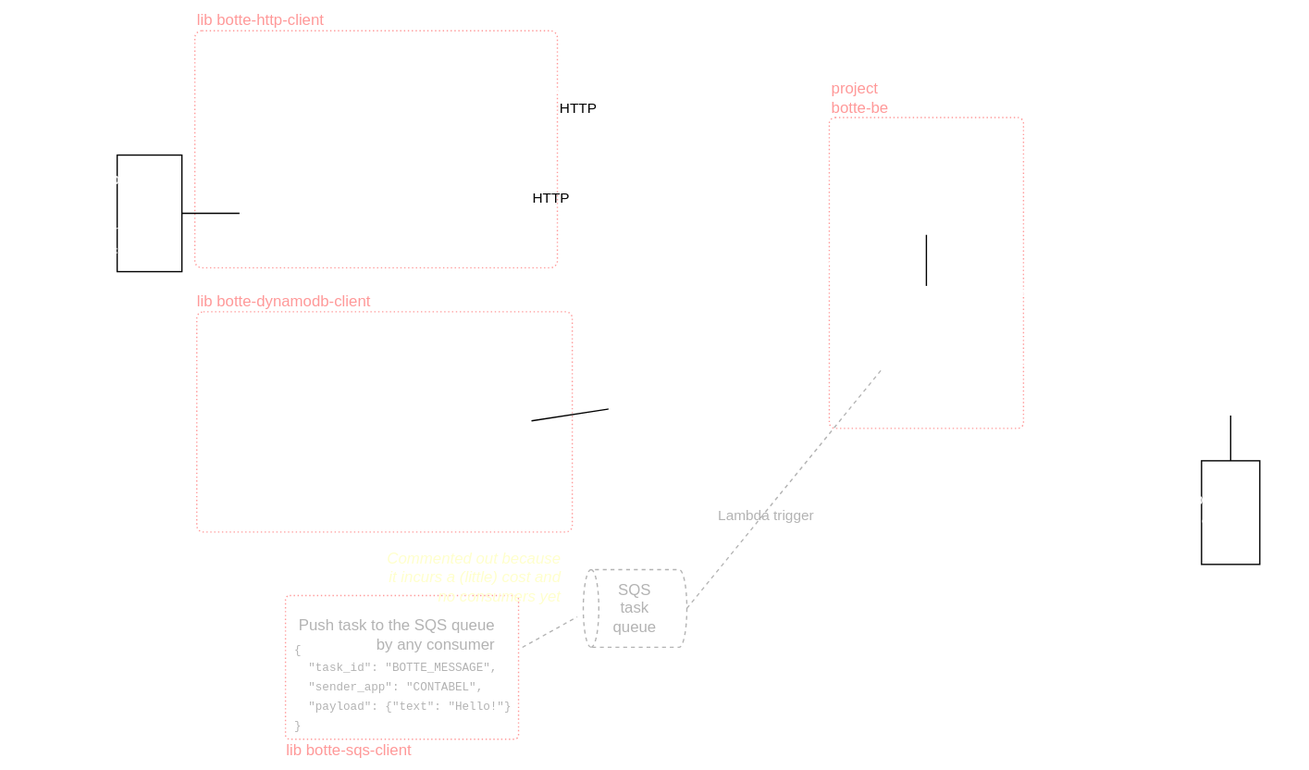
Earlier version of the draw.io export docs/img/architecture-draw.io.svg (puntonim/botte-monorepo). Source tidied: cells renumbered, new cells last; positions are measured from the earlier drawing's top-left corner, leaving out a move shared by most shapes.
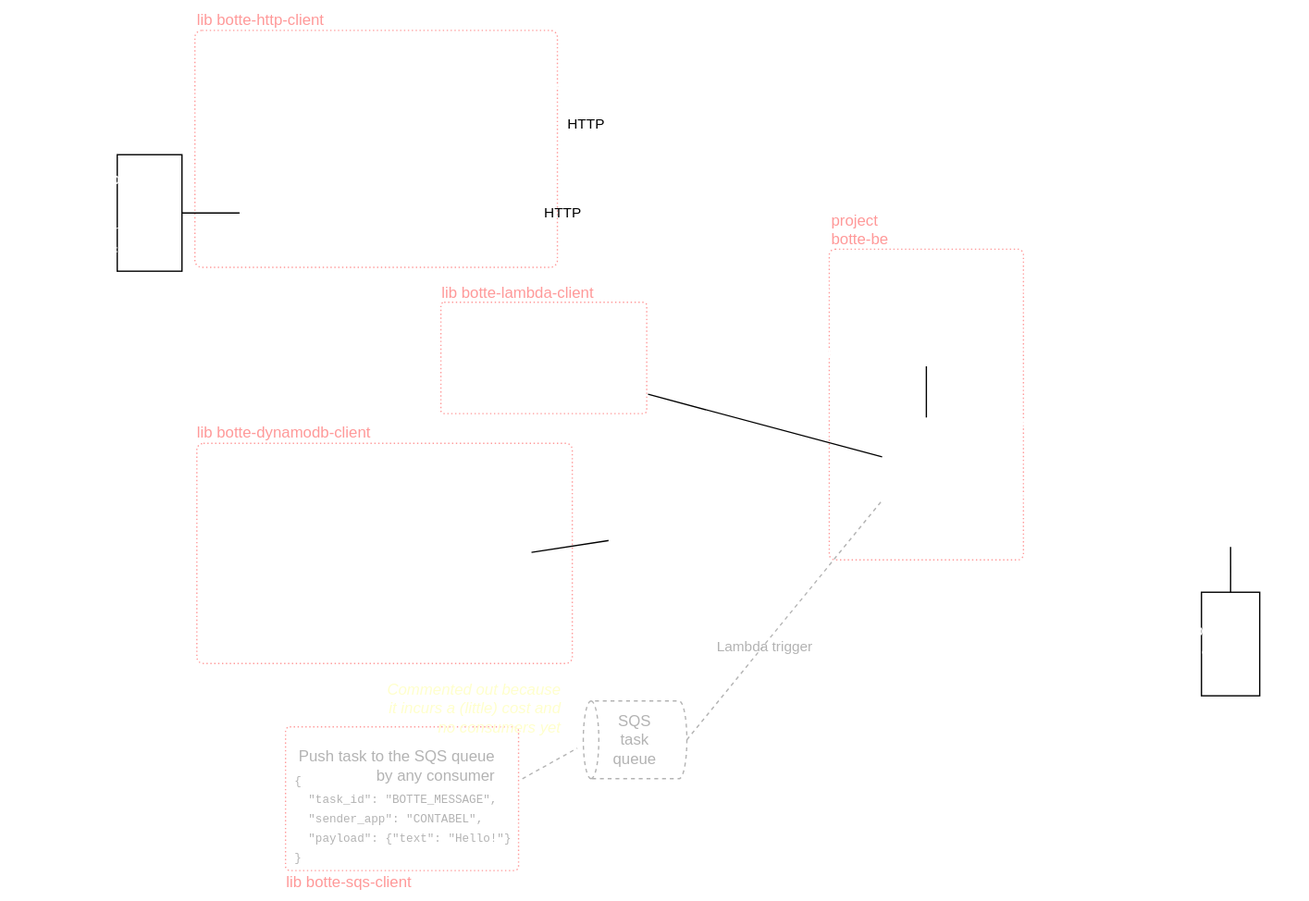
Later version of the same file.

Commit message:
feat(botte-be): view for direct lambda invocation

What changed in the source:
```diff
@@ -6,7 +6,7 @@
       <mxGeometry x="220" y="459" width="180" height="111" as="geometry" />
     </mxCell>
     <mxCell id="3" value="&lt;div style=&quot;text-align: left;&quot;&gt;&lt;div style=&quot;font-size: 9px;&quot;&gt;&lt;br&gt;&lt;/div&gt;&lt;/div&gt;" style="text;html=1;strokeColor=#FF9999;fillColor=none;align=center;verticalAlign=middle;whiteSpace=wrap;rounded=1;fontColor=#FFFFFF;labelBackgroundColor=none;dashed=1;strokeWidth=1;arcSize=3;dashPattern=1 2;" parent="1" vertex="1">
-      <mxGeometry x="150" y="23" width="280" height="183" as="geometry" />
+      <mxGeometry x="150" y="-79" width="280" height="183" as="geometry" />
     </mxCell>
     <mxCell id="4" style="text;html=1;strokeColor=#FF9999;fillColor=none;align=center;verticalAlign=middle;whiteSpace=wrap;rounded=1;fontColor=#FFFFFF;labelBackgroundColor=none;dashed=1;arcSize=3;dashPattern=1 2;" parent="1" vertex="1">
       <mxGeometry x="640" y="90" width="150" height="240" as="geometry" />
@@ -26,7 +26,7 @@
       </mxGeometry>
     </mxCell>
     <mxCell id="9" value="API Gateway" style="rounded=1;whiteSpace=wrap;html=1;fontColor=#FFFFFF;labelBackgroundColor=none;fillColor=none;strokeColor=#FFFFFF;" parent="1" vertex="1">
-      <mxGeometry x="450" y="94.5" width="100" height="90" as="geometry" />
+      <mxGeometry x="470" y="6" width="100" height="90" as="geometry" />
     </mxCell>
     <mxCell id="10" style="rounded=1;whiteSpace=wrap;html=1;fontColor=#FFFFFF;labelBackgroundColor=none;strokeColor=#FFFFFF;fillColor=none;" parent="1" vertex="1">
       <mxGeometry x="680" y="220" width="70" height="70" as="geometry" />
@@ -90,19 +90,19 @@
     <mxCell id="29" value="&lt;font color=&quot;#b3b3b3&quot;&gt;Lambda trigger&lt;/font&gt;" style="edgeLabel;html=1;align=center;verticalAlign=middle;fontColor=#FFFFFF;labelBackgroundColor=none;" parent="28" vertex="1">
       <mxGeometry x="-0.21" y="-1" relative="1" as="geometry" />
     </mxCell>
-    <mxCell id="30" style="rounded=0;jettySize=auto;html=1;endArrow=classic;endFill=1;entryX=0.003;entryY=0.17;entryDx=0;entryDy=0;entryPerimeter=0;fontColor=#FFFFFF;labelBackgroundColor=none;strokeColor=#FFFFFF;exitX=0.976;exitY=0.979;exitDx=0;exitDy=0;exitPerimeter=0;" parent="1" edge="1" source="32" target="9">
+    <mxCell id="30" style="rounded=0;jettySize=auto;html=1;endArrow=none;endFill=0;entryX=0.003;entryY=0.17;entryDx=0;entryDy=0;entryPerimeter=0;fontColor=#FFFFFF;labelBackgroundColor=none;strokeColor=#FFFFFF;exitX=0.976;exitY=0.979;exitDx=0;exitDy=0;exitPerimeter=0;" parent="1" edge="1" source="32" target="9">
       <mxGeometry relative="1" as="geometry" />
     </mxCell>
     <mxCell id="31" value="HTTP" style="edgeLabel;html=1;align=center;verticalAlign=middle;labelBackgroundColor=none;" parent="30" vertex="1">
       <mxGeometry x="-0.28" y="1" relative="1" as="geometry">
-        <mxPoint x="11" y="6" as="offset" />
+        <mxPoint x="10" y="13" as="offset" />
       </mxGeometry>
     </mxCell>
     <mxCell id="32" value="HTTP POST /message by any consumer&lt;br&gt;w/ HTTP header &lt;font face=&quot;Courier New&quot; style=&quot;font-size: 11px;&quot;&gt;Authorization&lt;/font&gt;" style="text;html=1;strokeColor=none;fillColor=none;align=right;verticalAlign=middle;whiteSpace=wrap;rounded=0;fontColor=#FFFFFF;labelBackgroundColor=none;" parent="1" vertex="1">
-      <mxGeometry x="210" y="30" width="220" height="30" as="geometry" />
+      <mxGeometry x="210" y="-72" width="220" height="30" as="geometry" />
     </mxCell>
     <mxCell id="33" value="&lt;font style=&quot;color: rgb(255, 255, 255);&quot;&gt;HTTP POST /webhook by Telegram servers after a user comm&lt;font style=&quot;color: rgb(255, 255, 255);&quot;&gt;and,&lt;br&gt;&lt;span style=&quot;background-color: transparent;&quot;&gt;w/ HTTP header&lt;/span&gt;&lt;/font&gt;&lt;/font&gt;&lt;div&gt;&lt;font style=&quot;font-size: 11px; color: rgb(255, 255, 255);&quot;&gt;&lt;font face=&quot;Courier New&quot;&gt;X-Telegram-Bot-Api-Secret-Token&lt;/font&gt;&amp;nbsp;&lt;/font&gt;&lt;/div&gt;" style="text;html=1;strokeColor=none;fillColor=none;align=right;verticalAlign=middle;whiteSpace=wrap;rounded=0;fontColor=#FFFFFF;labelBackgroundColor=none;" parent="1" vertex="1">
-      <mxGeometry x="184.5" y="139.5" width="211" height="49" as="geometry" />
+      <mxGeometry x="184.5" y="37.5" width="211" height="49" as="geometry" />
     </mxCell>
     <mxCell id="34" style="rounded=0;jettySize=auto;html=1;entryX=0.392;entryY=-0.058;entryDx=0;entryDy=0;entryPerimeter=0;fontColor=#FFFFFF;labelBackgroundColor=none;strokeColor=#B3B3B3;dashed=1;exitX=0.938;exitY=0.001;exitDx=0;exitDy=0;exitPerimeter=0;endArrow=none;endFill=0;" parent="1" edge="1" source="49" target="18">
       <mxGeometry relative="1" as="geometry" />
@@ -114,7 +114,7 @@
       <mxGeometry x="-0.06" relative="1" as="geometry" />
     </mxCell>
     <mxCell id="37" value="Botte monorepo" style="text;html=1;strokeColor=none;fillColor=none;align=center;verticalAlign=middle;whiteSpace=wrap;rounded=0;fontStyle=1;fontSize=20;fontColor=#FFFFFF;labelBackgroundColor=none;" parent="1" vertex="1">
-      <mxGeometry x="480" y="10" width="260" height="30" as="geometry" />
+      <mxGeometry x="499" y="-60" width="260" height="30" as="geometry" />
     </mxCell>
     <mxCell id="38" style="rounded=0;jettySize=auto;html=1;exitX=0;exitY=0.5;exitDx=0;exitDy=0;exitPerimeter=0;endArrow=none;endFill=0;" parent="1" edge="1" source="39" target="61">
       <mxGeometry relative="1" as="geometry" />
@@ -125,12 +125,12 @@
     <mxCell id="40" value="Commented out because&lt;br&gt;it incurs a (little) cost and no consumers yet" style="text;html=1;strokeColor=none;fillColor=none;align=right;verticalAlign=middle;whiteSpace=wrap;rounded=0;fontColor=#FFFFCC;labelBackgroundColor=none;fontStyle=2;gradientColor=none;gradientDirection=radial;glass=0;" parent="1" vertex="1">
       <mxGeometry x="285" y="425" width="150" height="40" as="geometry" />
     </mxCell>
-    <mxCell id="41" style="rounded=0;jettySize=auto;html=1;endArrow=classic;endFill=1;entryX=0;entryY=0.5;entryDx=0;entryDy=0;fontColor=#FFFFFF;labelBackgroundColor=none;strokeColor=#FFFFFF;" parent="1" edge="1" source="33" target="9">
+    <mxCell id="41" style="rounded=0;jettySize=auto;html=1;endArrow=none;endFill=0;entryX=0;entryY=0.5;entryDx=0;entryDy=0;fontColor=#FFFFFF;labelBackgroundColor=none;strokeColor=#FFFFFF;" parent="1" edge="1" source="33" target="9">
       <mxGeometry relative="1" as="geometry" />
     </mxCell>
     <mxCell id="42" value="HTTP" style="edgeLabel;html=1;align=center;verticalAlign=middle;labelBackgroundColor=none;" parent="41" vertex="1">
       <mxGeometry x="-0.24" y="-2" relative="1" as="geometry">
-        <mxPoint x="8" y="5" as="offset" />
+        <mxPoint x="10" y="6" as="offset" />
       </mxGeometry>
     </mxCell>
     <mxCell id="43" style="edgeStyle=orthogonalEdgeStyle;rounded=0;jettySize=auto;html=1;exitX=1;exitY=0.5;exitDx=0;exitDy=0;endArrow=none;endFill=0;" parent="1" edge="1" source="55" target="33">
@@ -155,13 +155,13 @@
       <mxGeometry x="16" y="30" width="210" height="60" as="geometry" />
     </mxCell>
     <mxCell id="50" value="&lt;div style=&quot;text-align: left;&quot;&gt;&lt;div&gt;&lt;div&gt;&lt;font face=&quot;Courier New&quot;&gt;{&lt;/font&gt;&lt;/div&gt;&lt;div&gt;&lt;font face=&quot;Courier New&quot;&gt;&amp;nbsp; &quot;text&quot;: &quot;Hello World&quot;,&lt;/font&gt;&lt;/div&gt;&lt;div&gt;&lt;font face=&quot;Courier New&quot;&gt;&lt;font&gt;&amp;nbsp;&amp;nbsp;&lt;/font&gt;&lt;span style=&quot;background-color: transparent;&quot;&gt;# Optional.&lt;/span&gt;&lt;/font&gt;&lt;/div&gt;&lt;div&gt;&lt;font face=&quot;Courier New&quot;&gt;&amp;nbsp; &quot;sender_app&quot;: &quot;CONTABEL&quot;&amp;nbsp;&lt;/font&gt;&lt;/div&gt;&lt;div&gt;&lt;font face=&quot;Courier New&quot;&gt;}&lt;/font&gt;&lt;/div&gt;&lt;/div&gt;&lt;/div&gt;" style="text;html=1;strokeColor=none;fillColor=none;align=center;verticalAlign=middle;whiteSpace=wrap;rounded=0;fontColor=#FFFFFF;labelBackgroundColor=none;fontSize=9;" parent="1" vertex="1">
-      <mxGeometry x="280" y="55" width="150" height="70" as="geometry" />
+      <mxGeometry x="280" y="-47" width="150" height="70" as="geometry" />
     </mxCell>
     <mxCell id="51" value="project botte-be" style="text;html=1;whiteSpace=wrap;strokeColor=none;fillColor=none;align=left;verticalAlign=middle;rounded=0;fontColor=#FF9999;" parent="1" vertex="1">
       <mxGeometry x="640" y="60" width="60" height="30" as="geometry" />
     </mxCell>
     <mxCell id="52" value="lib&amp;nbsp;botte-http-client" style="text;html=1;whiteSpace=wrap;strokeColor=none;fillColor=none;align=left;verticalAlign=middle;rounded=0;fontColor=#FF9999;" parent="1" vertex="1">
-      <mxGeometry x="150" width="130" height="30" as="geometry" />
+      <mxGeometry x="150" y="-102" width="130" height="30" as="geometry" />
     </mxCell>
     <mxCell id="53" value="lib&amp;nbsp;botte-dynamodb-client" style="text;html=1;whiteSpace=wrap;strokeColor=none;fillColor=none;align=left;verticalAlign=middle;rounded=0;fontColor=#FF9999;" parent="1" vertex="1">
       <mxGeometry x="150" y="217" width="190" height="30" as="geometry" />
@@ -170,10 +170,10 @@
       <mxGeometry x="219" y="564" width="190" height="30" as="geometry" />
     </mxCell>
     <mxCell id="55" style="rounded=0;whiteSpace=wrap;html=1;fillColor=none;" parent="1" vertex="1">
-      <mxGeometry x="90" y="119" width="50" height="90" as="geometry" />
+      <mxGeometry x="90" y="17" width="50" height="90" as="geometry" />
     </mxCell>
     <mxCell id="56" style="group;" parent="1" vertex="1">
-      <mxGeometry y="129.5" width="133" height="70" as="geometry" />
+      <mxGeometry y="27.5" width="133" height="70" as="geometry" />
     </mxCell>
     <mxCell id="57" value="Telegram chat between @realbottebot and me" style="text;html=1;strokeColor=none;fillColor=none;align=right;verticalAlign=middle;whiteSpace=wrap;rounded=0;fontColor=#FFFFFF;labelBackgroundColor=none;" parent="56" vertex="1">
       <mxGeometry width="133" height="30" as="geometry" />
@@ -193,5 +193,20 @@
     <mxCell id="62" value="&lt;div style=&quot;text-align: left;&quot;&gt;&lt;div style=&quot;font-size: 9px;&quot;&gt;&lt;br&gt;&lt;/div&gt;&lt;/div&gt;" style="text;html=1;strokeColor=#FF9999;fillColor=none;align=center;verticalAlign=middle;whiteSpace=wrap;rounded=1;fontColor=#FFFFFF;labelBackgroundColor=none;dashed=1;strokeWidth=1;glass=0;shadow=0;arcSize=3;dashPattern=1 2;" parent="1" vertex="1">
       <mxGeometry x="151.5" y="240" width="290" height="170" as="geometry" />
     </mxCell>
+    <mxCell id="63" value="&lt;div style=&quot;text-align: left;&quot;&gt;&lt;div style=&quot;font-size: 9px;&quot;&gt;&lt;br&gt;&lt;/div&gt;&lt;/div&gt;" style="text;html=1;strokeColor=#FF9999;fillColor=none;align=center;verticalAlign=middle;whiteSpace=wrap;rounded=1;fontColor=#FFFFFF;labelBackgroundColor=none;dashed=1;strokeWidth=1;glass=0;shadow=0;arcSize=3;dashPattern=1 2;" parent="1" vertex="1">
+      <mxGeometry x="340" y="131" width="159" height="86" as="geometry" />
+    </mxCell>
+    <mxCell id="64" value="lib&amp;nbsp;botte-lambda-client" style="text;html=1;whiteSpace=wrap;strokeColor=none;fillColor=none;align=left;verticalAlign=middle;rounded=0;fontColor=#FF9999;" parent="1" vertex="1">
+      <mxGeometry x="339" y="117" width="121" height="14" as="geometry" />
+    </mxCell>
+    <mxCell id="65" value="&lt;div style=&quot;text-align: left;&quot;&gt;&lt;div&gt;&lt;div&gt;&lt;font face=&quot;Courier New&quot;&gt;{&lt;/font&gt;&lt;/div&gt;&lt;div&gt;&lt;font face=&quot;Courier New&quot;&gt;&amp;nbsp; &quot;text&quot;: &quot;Hello World&quot;,&lt;/font&gt;&lt;/div&gt;&lt;div&gt;&lt;font face=&quot;Courier New&quot;&gt;&lt;font&gt;&amp;nbsp;&amp;nbsp;&lt;/font&gt;&lt;span style=&quot;background-color: transparent;&quot;&gt;# Optional.&lt;/span&gt;&lt;/font&gt;&lt;/div&gt;&lt;div&gt;&lt;font face=&quot;Courier New&quot;&gt;&amp;nbsp; &quot;sender_app&quot;: &quot;CONTABEL&quot;&amp;nbsp;&lt;/font&gt;&lt;/div&gt;&lt;div&gt;&lt;font face=&quot;Courier New&quot;&gt;}&lt;/font&gt;&lt;/div&gt;&lt;/div&gt;&lt;/div&gt;" style="text;html=1;strokeColor=none;fillColor=none;align=center;verticalAlign=middle;whiteSpace=wrap;rounded=0;fontColor=#FFFFFF;labelBackgroundColor=none;fontSize=9;" parent="1" vertex="1">
+      <mxGeometry x="350" y="147" width="150" height="70" as="geometry" />
+    </mxCell>
+    <mxCell id="66" value="Lambda direct invocation" style="text;html=1;strokeColor=none;fillColor=none;align=right;verticalAlign=middle;whiteSpace=wrap;rounded=0;fontColor=#FFFFFF;labelBackgroundColor=none;" parent="1" vertex="1">
+      <mxGeometry x="330" y="131" width="154" height="30" as="geometry" />
+    </mxCell>
+    <mxCell id="67" style="rounded=0;jettySize=auto;html=1;entryX=0.012;entryY=0.434;entryDx=0;entryDy=0;entryPerimeter=0;endArrow=none;endFill=0;" parent="1" edge="1" source="65" target="10">
+      <mxGeometry relative="1" as="geometry" />
+    </mxCell>
   </root>
 </mxGraphModel>
```
